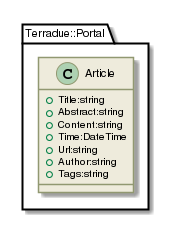
Terradue/doc-tep-geohazards-arch keeps this PlantUML diagram as _images/plantuml-1b5e43fd5df1aa0e5dce4780b707e379d61903de.png. Above is the earlier version. The source it was exported from:
```plantuml
@startuml

skinparam backgroundColor #FFFFFF


skinparam sequence {

        ActorBorderColor #000000

        ArrowColor #919871
        ArrowFontSize 8
        ArrowFontStyle plain
        ArrowFontName Arial

        LifeLineBorderColor #919871
        LifeLineBackgroundColor #EEEBDC

        ParticipantBorderColor #919871
        ParticipantBackgroundColor #EEEBDC
        ParticipantFontName Arial
        ParticipantFontSize 10
        ParticipantFontColor #000000

        ActorBackgroundColor #EEEBDC
        ActorFontColor #000000
        ActorFontSize 10
        ActorFontName Arial

}

skinparam class {

	ArrowFontColor #000000
	ArrowFontSize 10
	ArrowFontStyle plain
	ArrowFontName Arial

	AttributeFontColor #000000
	AttributeFontSize 10
	AttributeIconSize 11
	AttributeFontStyle plain
	AttributeFontName Arial

	FontColor #000000
	FontSize 11
	FontStyle plain
	FontName Arial

	StereotypeFontColor #000000
	StereotypeFontSize 10
	StereotypeFontStyle plain
	StereotypeFontName Arial

	BackgroundColor #EEEBDC
 	ArrowColor #919871
 	BorderColor #919871

 }

skinparam component {

	FontSize 11
 	BackgroundColor #EEEBDC
 	InterfaceBackgroundColor white
	InterfaceBorderColor black
 	BorderColor #919871
	ArrowColor black
 	ArrowFontColor #777777
 	FontName Arial
 	ArrowFontName Arial



}

skinparam package {
	FontColor black
	FontSize 11
	FontStyle plain
	FontName Arial
}

skinparam state {
	BackgroundColor #EEEBDC
	BorderColor #919871
	ArrowColor  black


	FontColor black
	FontSize 11
	FontStyle plain
	FontName Arial

	ArrowFontColor black
	ArrowFontSize 11
	ArrowFontStyle plain
	ArrowFontName Arial
	AttributeFontColor black
	AttributeFontSize 11
	AttributeFontStyle plain
	AttributeFontName Arial

}

skinparam activity {

	ArrowColor black
	BackgroundColor #EEEBDC
	BorderColor #919871
	StartColor black
	EndColor black
	BarColor #919871

	FontColor black
	FontSize 11
	FontStyle plain
	FontName Arial

	ArrowFontColor black
	ArrowFontSize 11
	ArrowFontStyle plain
	ArrowFontName Arial

}

skinparam usecase {

	BackgroundColor #EEEBDC
 	InterfaceBackgroundColor white
	InterfaceBorderColor black
 	BorderColor #919871
	ArrowColor black
	ActorBorderColor #919871
	ActorFontName Courier

}
skinparam backgroundColor #FFFFFF
skinparam componentStyle uml2
set namespaceSeparator ::
class Terradue::Portal::Article {
[[../information/classes/class_terradue_1_1_portal_1_1_article.html]]
 +Title:string
 +Abstract:string
 +Content:string
 +Time:DateTime
 +Url:string
 +Author:string
 +Tags:string
}

@enduml
```
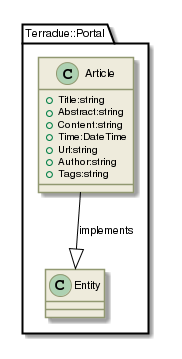
The same file after the commit.

Diff of the diagram source:
```diff
@@ -147,5 +147,6 @@
  +Author:string
  +Tags:string
 }
+Terradue::Portal::Article  --|>  Terradue::Portal::Entity : implements
 
 @enduml
```
